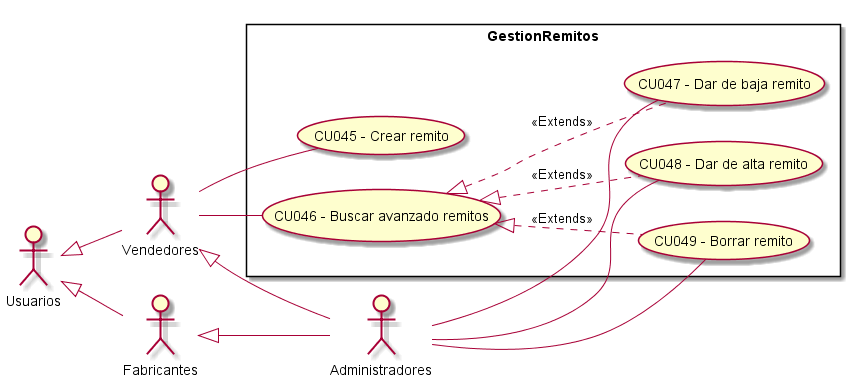
This is Informe Final/Imagenes/ModeladoDeCasosDeUso/DiagramaDeCasosDeUso/GestionRemitos.png from ZMGestion/DocumentacionZMGestion, a PlantUML export, as it was before one commit.
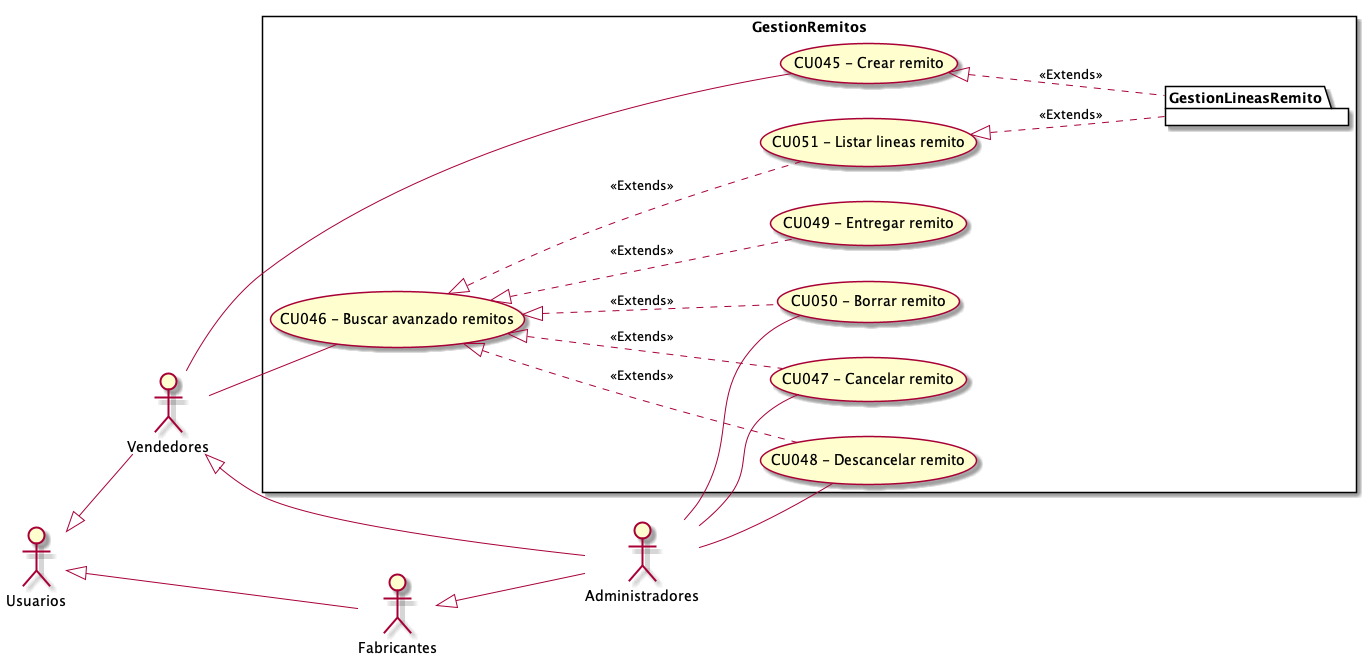
Later version of the same file.

Diff of the diagram source:
```diff
@@ -15,18 +15,26 @@
 rectangle GestionRemitos{
     UseCase "CU045 - Crear remito" as C
     UseCase "CU046 - Buscar avanzado remitos " as BA
-    UseCase "CU047 - Dar de baja remito" as DB
-    UseCase "CU048 - Dar de alta remito" as DA
-    UseCase "CU049 - Borrar remito" as B
+    UseCase "CU047 - Cancelar remito" as Cancelar
+    UseCase "CU048 - Descancelar remito" as Descancelar
+    UseCase "CU049 - Entregar remito" as Entregar
+    UseCase "CU050 - Borrar remito" as B
+    UseCase "CU051 - Listar lineas remito" as Listar
+    package GestionLineasRemito{
+    }
 
-    BA <|.. DA : <<Extends>>
-    BA <|.. DB : <<Extends>>
     BA <|.. B : <<Extends>>
+    BA <|.. Listar : <<Extends>>
+    BA <|.. Entregar : <<Extends>>
+    BA <|.. Cancelar : <<Extends>>
+    BA <|.. Descancelar : <<Extends>>
+    Listar <|.. GestionLineasRemito : <<Extends>>
+    C <|.. GestionLineasRemito : <<Extends>>
 }
     Vendedores -- C
     Vendedores -- BA
     Administradores -- B
-    Administradores -- DB
-    Administradores -- DA
+    Administradores -- Cancelar
+    Administradores -- Descancelar
 
 @enduml
```
